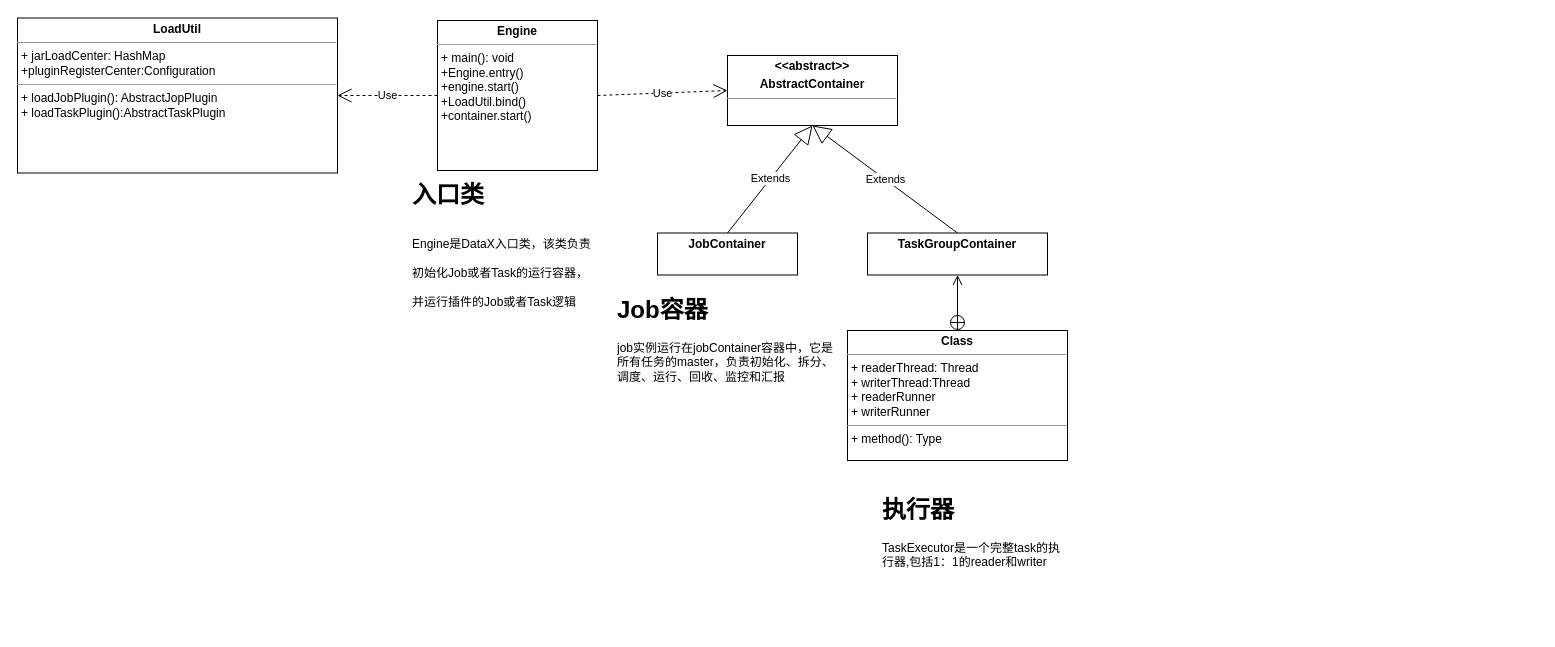
Before: page "dataX-框架类图" (2 of 2) of 类图.drawio in wangbin2188/draw, a draw.io diagram. Source tidied: cells renumbered, new cells numbered last; positions are measured from the earlier drawing's top-left corner, leaving out a move shared by most shapes. Both pictures are drawn from the tidied source at 100%, with x=0, y=0 at pixel (17, 18).
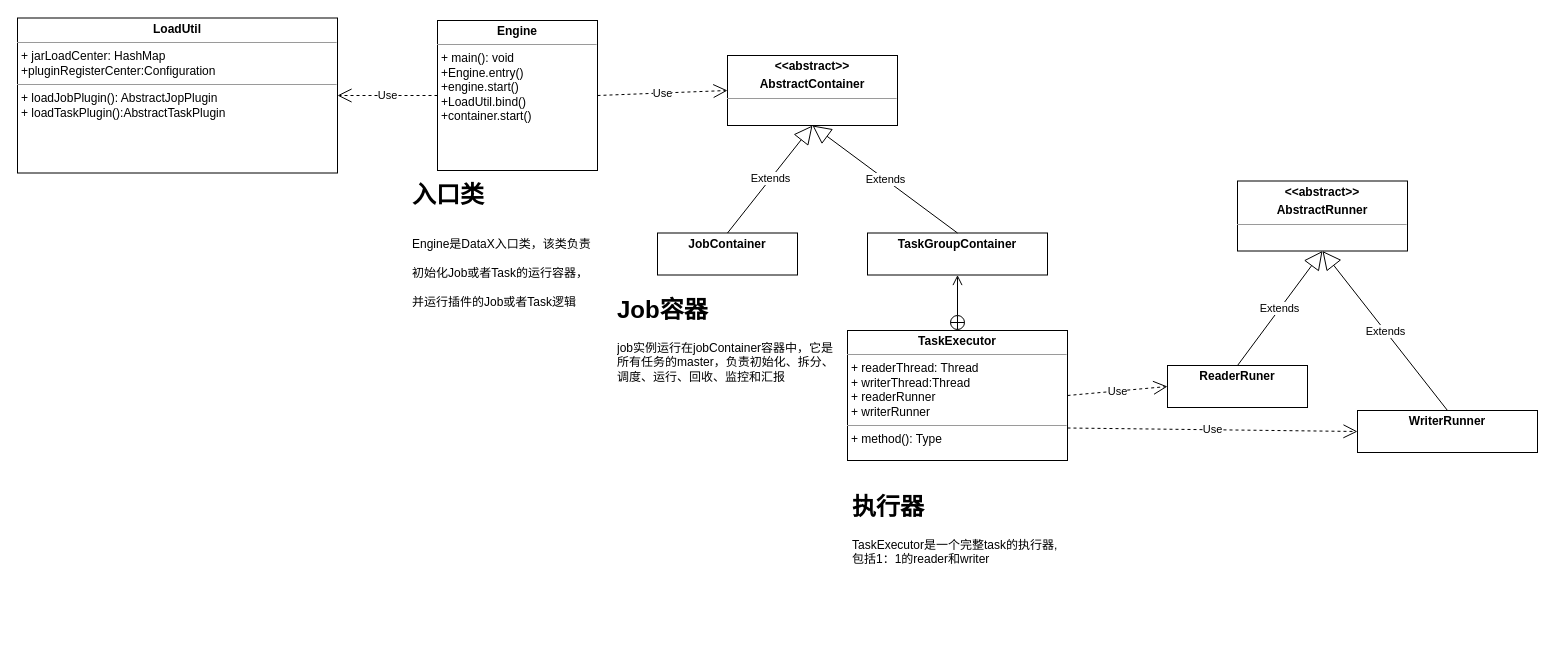
After the change.

What changed in the source:
```diff
@@
     <mxCell id="14" value="&lt;h1&gt;执行器&lt;/h1&gt;&lt;p&gt;TaskExecutor是一个完整task的执行器,包括1：1的reader和writer&lt;/p&gt;" style="text;html=1;strokeColor=none;fillColor=none;spacing=5;spacingTop=-20;whiteSpace=wrap;overflow=hidden;rounded=0;" parent="1" vertex="1">
-      <mxGeometry x="860" y="472" width="190" height="140" as="geometry" />
+      <mxGeometry x="830" y="469" width="220" height="140" as="geometry" />
     </mxCell>
-    <mxCell id="15" value="&lt;p style=&quot;margin: 0px ; margin-top: 4px ; text-align: center&quot;&gt;&lt;b&gt;Class&lt;/b&gt;&lt;/p&gt;&lt;hr size=&quot;1&quot;&gt;&lt;p style=&quot;margin: 0px ; margin-left: 4px&quot;&gt;+ readerThread: Thread&lt;/p&gt;&lt;p style=&quot;margin: 0px ; margin-left: 4px&quot;&gt;+ writerThread:Thread&lt;/p&gt;&lt;p style=&quot;margin: 0px ; margin-left: 4px&quot;&gt;+ readerRunner&lt;/p&gt;&lt;p style=&quot;margin: 0px ; margin-left: 4px&quot;&gt;+ writerRunner&lt;/p&gt;&lt;hr size=&quot;1&quot;&gt;&lt;p style=&quot;margin: 0px ; margin-left: 4px&quot;&gt;+ method(): Type&lt;/p&gt;" style="verticalAlign=top;align=left;overflow=fill;fontSize=12;fontFamily=Helvetica;html=1;" parent="1" vertex="1">
+    <mxCell id="15" value="&lt;p style=&quot;margin: 0px ; margin-top: 4px ; text-align: center&quot;&gt;&lt;b&gt;TaskExecutor&lt;/b&gt;&lt;/p&gt;&lt;hr size=&quot;1&quot;&gt;&lt;p style=&quot;margin: 0px ; margin-left: 4px&quot;&gt;+ readerThread: Thread&lt;/p&gt;&lt;p style=&quot;margin: 0px ; margin-left: 4px&quot;&gt;+ writerThread:Thread&lt;/p&gt;&lt;p style=&quot;margin: 0px ; margin-left: 4px&quot;&gt;+ readerRunner&lt;/p&gt;&lt;p style=&quot;margin: 0px ; margin-left: 4px&quot;&gt;+ writerRunner&lt;/p&gt;&lt;hr size=&quot;1&quot;&gt;&lt;p style=&quot;margin: 0px ; margin-left: 4px&quot;&gt;+ method(): Type&lt;/p&gt;" style="verticalAlign=top;align=left;overflow=fill;fontSize=12;fontFamily=Helvetica;html=1;" parent="1" vertex="1">
       <mxGeometry x="830" y="312" width="220" height="130" as="geometry" />
     </mxCell>
+    <mxCell id="16" value="&lt;p style=&quot;margin: 0px ; margin-top: 4px ; text-align: center&quot;&gt;&lt;b&gt;&amp;lt;&amp;lt;abstract&amp;gt;&amp;gt;&lt;/b&gt;&lt;/p&gt;&lt;p style=&quot;margin: 0px ; margin-top: 4px ; text-align: center&quot;&gt;&lt;b&gt;AbstractRunner&lt;br&gt;&lt;/b&gt;&lt;/p&gt;&lt;hr size=&quot;1&quot;&gt;&lt;div style=&quot;height: 2px&quot;&gt;&lt;/div&gt;" style="verticalAlign=top;align=left;overflow=fill;fontSize=12;fontFamily=Helvetica;html=1;" parent="1" vertex="1">
+      <mxGeometry x="1220" y="162.5" width="170" height="70" as="geometry" />
+    </mxCell>
+    <mxCell id="17" value="&lt;p style=&quot;margin: 0px ; margin-top: 4px ; text-align: center&quot;&gt;&lt;b&gt;ReaderRuner&lt;/b&gt;&lt;/p&gt;" style="verticalAlign=top;align=left;overflow=fill;fontSize=12;fontFamily=Helvetica;html=1;" parent="1" vertex="1">
+      <mxGeometry x="1150" y="347" width="140" height="42" as="geometry" />
+    </mxCell>
+    <mxCell id="18" value="&lt;p style=&quot;margin: 0px ; margin-top: 4px ; text-align: center&quot;&gt;&lt;b&gt;WriterRunner&lt;/b&gt;&lt;/p&gt;" style="verticalAlign=top;align=left;overflow=fill;fontSize=12;fontFamily=Helvetica;html=1;" parent="1" vertex="1">
+      <mxGeometry x="1340" y="392" width="180" height="42" as="geometry" />
+    </mxCell>
+    <mxCell id="19" value="Extends" style="endArrow=block;endSize=16;endFill=0;html=1;entryX=0.5;entryY=1;entryDx=0;entryDy=0;exitX=0.5;exitY=0;exitDx=0;exitDy=0;" parent="1" edge="1" source="17" target="16">
+      <mxGeometry relative="1" as="geometry" />
+    </mxCell>
+    <mxCell id="20" value="Extends" style="endArrow=block;endSize=16;endFill=0;html=1;entryX=0.5;entryY=1;entryDx=0;entryDy=0;exitX=0.5;exitY=0;exitDx=0;exitDy=0;" parent="1" edge="1" source="18" target="16">
+      <mxGeometry relative="1" as="geometry" />
+    </mxCell>
+    <mxCell id="21" value="Use" style="endArrow=open;endSize=12;dashed=1;html=1;exitX=1;exitY=0.5;exitDx=0;exitDy=0;entryX=0;entryY=0.5;entryDx=0;entryDy=0;" parent="1" edge="1" source="15" target="17">
+      <mxGeometry relative="1" as="geometry" />
+    </mxCell>
+    <mxCell id="22" value="Use" style="endArrow=open;endSize=12;dashed=1;html=1;exitX=1;exitY=0.75;exitDx=0;exitDy=0;entryX=0;entryY=0.5;entryDx=0;entryDy=0;" parent="1" edge="1" source="15" target="18">
+      <mxGeometry relative="1" as="geometry" />
+    </mxCell>
```
